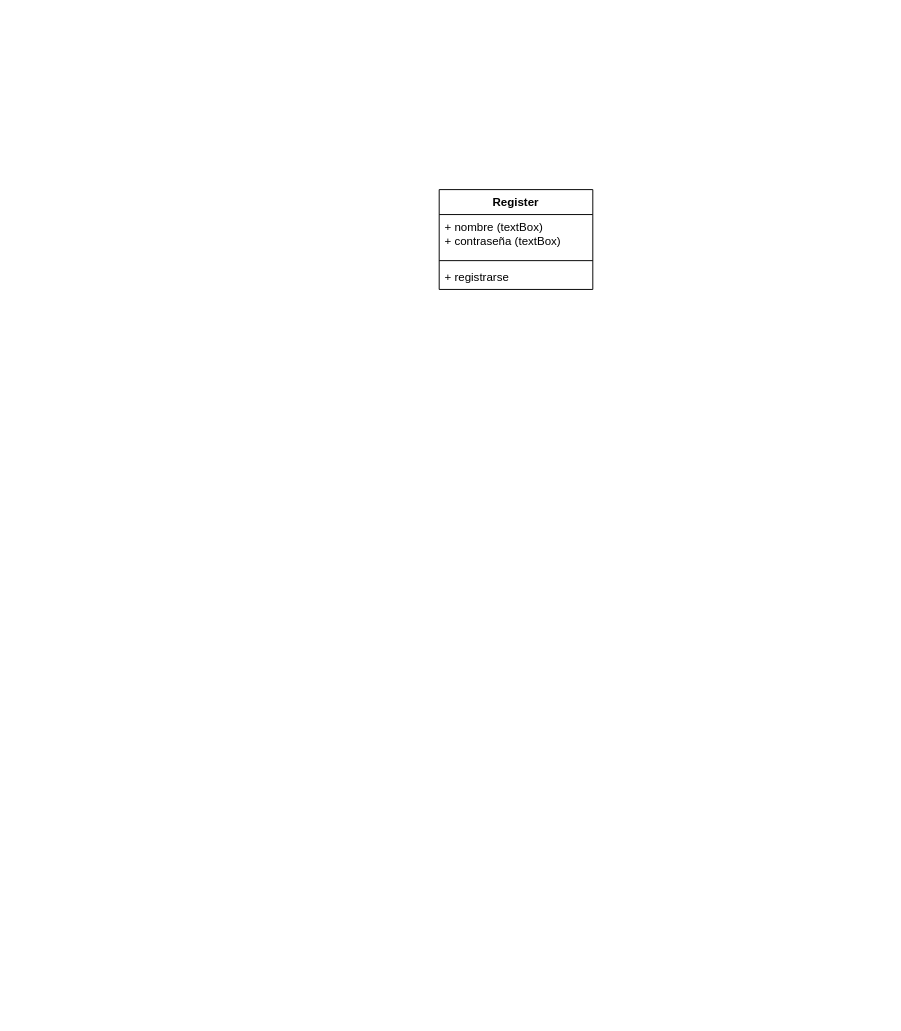
Earlier version of the draw.io diagram Diagrama/GestorDeContenido.drawio (Angel-L-G/Angel_DAD). Source tidied: cells renumbered, new cells numbered last; positions are measured from the earlier drawing's top-left corner, leaving out a move shared by most shapes. Both pictures are drawn from the tidied source at 96%, with x=0, y=0 at pixel (439, 189).
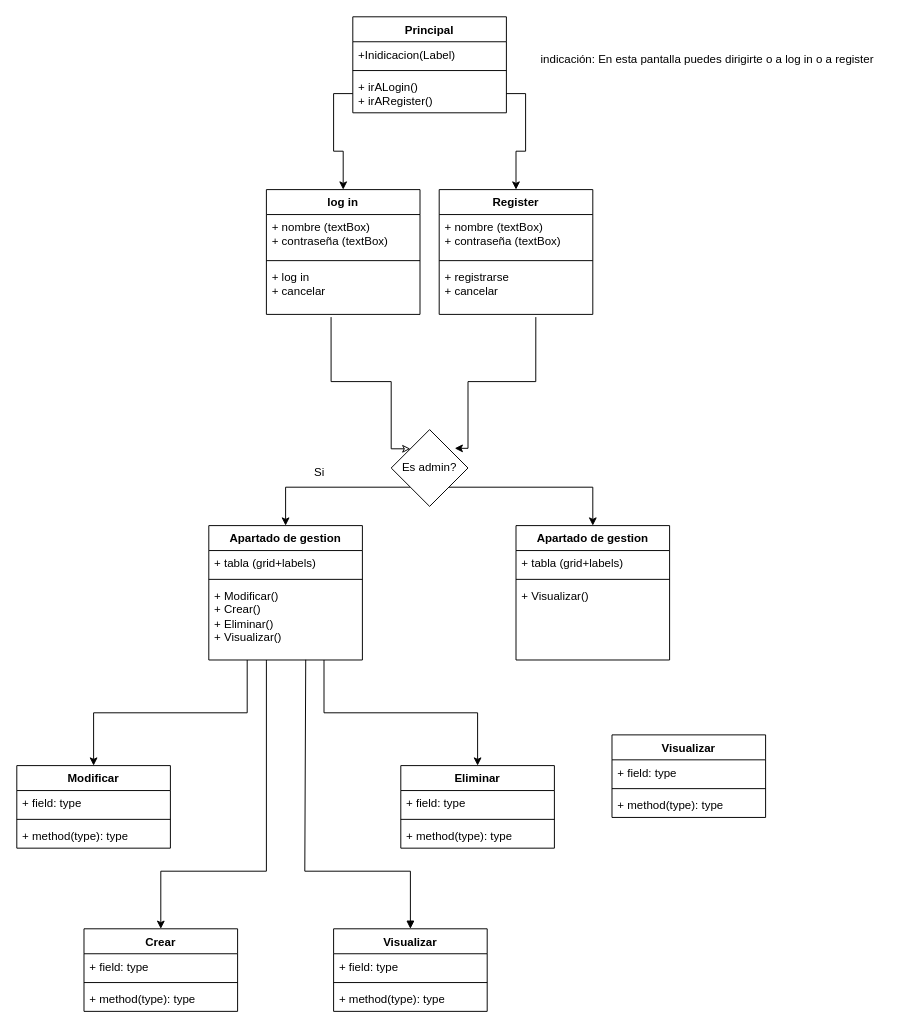
The same diagram, later.

The edit, as a diff of the source:
```diff
@@
     <mxCell id="2" value="Register" style="swimlane;fontStyle=1;align=center;verticalAlign=top;horizontal=1;startSize=26;whiteSpace=wrap;html=1;" parent="1" vertex="1">
-      <mxGeometry width="160" height="104" as="geometry" />
+      <mxGeometry width="160" height="130" as="geometry" />
     </mxCell>
@@
-    <mxCell id="5" value="+ registrarse" style="text;strokeColor=none;fillColor=none;align=left;verticalAlign=top;spacingLeft=4;spacingRight=4;overflow=hidden;points=[[0,0.5],[1,0.5]];portConstraint=eastwest;whiteSpace=wrap;html=1;" parent="2" vertex="1">
-      <mxGeometry y="78" width="160" height="26" as="geometry" />
+    <mxCell id="5" value="&lt;div&gt;+ registrarse&lt;/div&gt;&lt;div&gt;+ cancelar&lt;br&gt;&lt;/div&gt;" style="text;strokeColor=none;fillColor=none;align=left;verticalAlign=top;spacingLeft=4;spacingRight=4;overflow=hidden;points=[[0,0.5],[1,0.5]];portConstraint=eastwest;whiteSpace=wrap;html=1;" parent="2" vertex="1">
+      <mxGeometry y="78" width="160" height="52" as="geometry" />
     </mxCell>
+    <mxCell id="6" value="log in" style="swimlane;fontStyle=1;align=center;verticalAlign=top;horizontal=1;startSize=26;whiteSpace=wrap;html=1;" parent="1" vertex="1">
+      <mxGeometry x="-180" width="160" height="130" as="geometry" />
+    </mxCell>
+    <mxCell id="7" value="&lt;div&gt;+ nombre (textBox)&lt;br&gt;&lt;/div&gt;&lt;div&gt;+ contraseña (textBox)&lt;br&gt;&lt;/div&gt;" style="text;strokeColor=none;fillColor=none;align=left;verticalAlign=top;spacingLeft=4;spacingRight=4;overflow=hidden;whiteSpace=wrap;html=1;" parent="6" vertex="1">
+      <mxGeometry y="26" width="160" height="44" as="geometry" />
+    </mxCell>
+    <mxCell id="8" style="line;strokeWidth=1;fillColor=none;align=left;verticalAlign=middle;spacingTop=-1;spacingLeft=3;spacingRight=3;labelPosition=right;strokeColor=inherit;" parent="6" vertex="1">
+      <mxGeometry y="70" width="160" height="8" as="geometry" />
+    </mxCell>
+    <mxCell id="9" value="&lt;div&gt;+ log in&lt;/div&gt;&lt;div&gt;+ cancelar&lt;br&gt;&lt;/div&gt;" style="text;strokeColor=none;fillColor=none;align=left;verticalAlign=top;spacingLeft=4;spacingRight=4;overflow=hidden;points=[[0,0.5],[1,0.5]];portConstraint=eastwest;whiteSpace=wrap;html=1;" parent="6" vertex="1">
+      <mxGeometry y="78" width="160" height="52" as="geometry" />
+    </mxCell>
+    <mxCell id="10" value="Principal" style="swimlane;fontStyle=1;align=center;verticalAlign=top;horizontal=1;startSize=26;whiteSpace=wrap;html=1;" parent="1" vertex="1">
+      <mxGeometry x="-90" y="-180" width="160" height="100" as="geometry" />
+    </mxCell>
+    <mxCell id="11" value="+Inidicacion(Label)" style="text;strokeColor=none;fillColor=none;align=left;verticalAlign=top;spacingLeft=4;spacingRight=4;overflow=hidden;whiteSpace=wrap;html=1;" parent="10" vertex="1">
+      <mxGeometry y="26" width="160" height="26" as="geometry" />
+    </mxCell>
+    <mxCell id="12" style="line;strokeWidth=1;fillColor=none;align=left;verticalAlign=middle;spacingTop=-1;spacingLeft=3;spacingRight=3;labelPosition=right;strokeColor=inherit;" parent="10" vertex="1">
+      <mxGeometry y="52" width="160" height="8" as="geometry" />
+    </mxCell>
+    <mxCell id="13" value="&lt;div&gt;+ irALogin()&lt;/div&gt;&lt;div&gt;+ irARegister()&lt;br&gt;&lt;/div&gt;" style="text;strokeColor=none;fillColor=none;align=left;verticalAlign=top;spacingLeft=4;spacingRight=4;overflow=hidden;points=[[0,0.5],[1,0.5]];portConstraint=eastwest;whiteSpace=wrap;html=1;" parent="10" vertex="1">
+      <mxGeometry y="60" width="160" height="40" as="geometry" />
+    </mxCell>
+    <mxCell id="14" value="indicación: En esta pantalla puedes dirigirte o a log in o a register" style="text;html=1;align=center;verticalAlign=middle;strokeColor=none;fillColor=none;" parent="1" vertex="1">
+      <mxGeometry x="94" y="-150" width="370" height="30" as="geometry" />
+    </mxCell>
+    <mxCell id="15" style="edgeStyle=orthogonalEdgeStyle;rounded=0;jettySize=auto;html=1;exitX=0;exitY=0.5;exitDx=0;exitDy=0;entryX=0.5;entryY=0;entryDx=0;entryDy=0;" parent="1" edge="1" source="13" target="6">
+      <mxGeometry relative="1" as="geometry" />
+    </mxCell>
+    <mxCell id="16" style="edgeStyle=orthogonalEdgeStyle;rounded=0;jettySize=auto;html=1;exitX=1;exitY=0.5;exitDx=0;exitDy=0;entryX=0.5;entryY=0;entryDx=0;entryDy=0;" parent="1" edge="1" source="13" target="2">
+      <mxGeometry relative="1" as="geometry" />
+    </mxCell>
+    <mxCell id="17" style="edgeStyle=orthogonalEdgeStyle;rounded=0;jettySize=auto;html=1;entryX=0.5;entryY=0;entryDx=0;entryDy=0;" parent="1" edge="1" target="38">
+      <mxGeometry relative="1" as="geometry">
+        <mxPoint x="-180" y="490" as="sourcePoint" />
+        <Array as="points">
+          <mxPoint x="-180" y="492" />
+          <mxPoint x="-180" y="710" />
+          <mxPoint x="-270" y="710" />
+        </Array>
+      </mxGeometry>
+    </mxCell>
+    <mxCell id="18" style="edgeStyle=orthogonalEdgeStyle;rounded=0;jettySize=auto;html=1;exitX=0.75;exitY=1;exitDx=0;exitDy=0;entryX=0.5;entryY=0;entryDx=0;entryDy=0;" parent="1" edge="1" source="20" target="30">
+      <mxGeometry relative="1" as="geometry" />
+    </mxCell>
+    <mxCell id="19" style="edgeStyle=orthogonalEdgeStyle;rounded=0;jettySize=auto;html=1;exitX=0.25;exitY=1;exitDx=0;exitDy=0;entryX=0.5;entryY=0;entryDx=0;entryDy=0;" parent="1" edge="1" source="20" target="26">
+      <mxGeometry relative="1" as="geometry" />
+    </mxCell>
+    <mxCell id="20" value="Apartado de gestion" style="swimlane;fontStyle=1;align=center;verticalAlign=top;horizontal=1;startSize=26;whiteSpace=wrap;html=1;" parent="1" vertex="1">
+      <mxGeometry x="-240" y="350" width="160" height="140" as="geometry" />
+    </mxCell>
+    <mxCell id="21" value="+ tabla (grid+labels)" style="text;strokeColor=none;fillColor=none;align=left;verticalAlign=top;spacingLeft=4;spacingRight=4;overflow=hidden;whiteSpace=wrap;html=1;" parent="20" vertex="1">
+      <mxGeometry y="26" width="160" height="26" as="geometry" />
+    </mxCell>
+    <mxCell id="22" style="line;strokeWidth=1;fillColor=none;align=left;verticalAlign=middle;spacingTop=-1;spacingLeft=3;spacingRight=3;labelPosition=right;strokeColor=inherit;" parent="20" vertex="1">
+      <mxGeometry y="52" width="160" height="8" as="geometry" />
+    </mxCell>
+    <mxCell id="23" value="&lt;div&gt;+ Modificar()&lt;/div&gt;&lt;div&gt;+ Crear()&lt;/div&gt;&lt;div&gt;+ Eliminar()&lt;/div&gt;&lt;div&gt;+ Visualizar()&lt;br&gt;&lt;/div&gt;" style="text;strokeColor=none;fillColor=none;align=left;verticalAlign=top;spacingLeft=4;spacingRight=4;overflow=hidden;points=[[0,0.5],[1,0.5]];portConstraint=eastwest;whiteSpace=wrap;html=1;" parent="20" vertex="1">
+      <mxGeometry y="60" width="160" height="80" as="geometry" />
+    </mxCell>
+    <mxCell id="24" style="edgeStyle=orthogonalEdgeStyle;rounded=0;jettySize=auto;html=1;entryX=0.629;entryY=1.054;entryDx=0;entryDy=0;entryPerimeter=0;startArrow=classic;startFill=1;endArrow=none;endFill=0;exitX=0.827;exitY=0.244;exitDx=0;exitDy=0;exitPerimeter=0;" parent="1" edge="1" source="44" target="5">
+      <mxGeometry relative="1" as="geometry">
+        <Array as="points">
+          <mxPoint x="30" y="270" />
+          <mxPoint x="30" y="200" />
+          <mxPoint x="101" y="200" />
+        </Array>
+      </mxGeometry>
+    </mxCell>
+    <mxCell id="25" style="edgeStyle=orthogonalEdgeStyle;rounded=0;jettySize=auto;html=1;entryX=0.421;entryY=1.054;entryDx=0;entryDy=0;entryPerimeter=0;startArrow=classic;startFill=0;endArrow=none;endFill=0;exitX=0;exitY=0;exitDx=0;exitDy=0;" parent="1" edge="1" source="44" target="9">
+      <mxGeometry relative="1" as="geometry">
+        <Array as="points">
+          <mxPoint x="-50" y="270" />
+          <mxPoint x="-50" y="200" />
+          <mxPoint x="-113" y="200" />
+        </Array>
+      </mxGeometry>
+    </mxCell>
+    <mxCell id="26" value="Modificar" style="swimlane;fontStyle=1;align=center;verticalAlign=top;horizontal=1;startSize=26;whiteSpace=wrap;html=1;" parent="1" vertex="1">
+      <mxGeometry x="-440" y="600" width="160" height="86" as="geometry" />
+    </mxCell>
+    <mxCell id="27" value="+ field: type" style="text;strokeColor=none;fillColor=none;align=left;verticalAlign=top;spacingLeft=4;spacingRight=4;overflow=hidden;whiteSpace=wrap;html=1;" parent="26" vertex="1">
+      <mxGeometry y="26" width="160" height="26" as="geometry" />
+    </mxCell>
+    <mxCell id="28" style="line;strokeWidth=1;fillColor=none;align=left;verticalAlign=middle;spacingTop=-1;spacingLeft=3;spacingRight=3;labelPosition=right;strokeColor=inherit;" parent="26" vertex="1">
+      <mxGeometry y="52" width="160" height="8" as="geometry" />
+    </mxCell>
+    <mxCell id="29" value="+ method(type): type" style="text;strokeColor=none;fillColor=none;align=left;verticalAlign=top;spacingLeft=4;spacingRight=4;overflow=hidden;whiteSpace=wrap;html=1;" parent="26" vertex="1">
+      <mxGeometry y="60" width="160" height="26" as="geometry" />
+    </mxCell>
+    <mxCell id="30" value="Eliminar" style="swimlane;fontStyle=1;align=center;verticalAlign=top;horizontal=1;startSize=26;whiteSpace=wrap;html=1;" parent="1" vertex="1">
+      <mxGeometry x="-40" y="600" width="160" height="86" as="geometry" />
+    </mxCell>
+    <mxCell id="31" value="+ field: type" style="text;strokeColor=none;fillColor=none;align=left;verticalAlign=top;spacingLeft=4;spacingRight=4;overflow=hidden;whiteSpace=wrap;html=1;" parent="30" vertex="1">
+      <mxGeometry y="26" width="160" height="26" as="geometry" />
+    </mxCell>
+    <mxCell id="32" style="line;strokeWidth=1;fillColor=none;align=left;verticalAlign=middle;spacingTop=-1;spacingLeft=3;spacingRight=3;labelPosition=right;strokeColor=inherit;" parent="30" vertex="1">
+      <mxGeometry y="52" width="160" height="8" as="geometry" />
+    </mxCell>
+    <mxCell id="33" value="+ method(type): type" style="text;strokeColor=none;fillColor=none;align=left;verticalAlign=top;spacingLeft=4;spacingRight=4;overflow=hidden;whiteSpace=wrap;html=1;" parent="30" vertex="1">
+      <mxGeometry y="60" width="160" height="26" as="geometry" />
+    </mxCell>
+    <mxCell id="34" value="Visualizar" style="swimlane;fontStyle=1;align=center;verticalAlign=top;horizontal=1;startSize=26;whiteSpace=wrap;html=1;" parent="1" vertex="1">
+      <mxGeometry x="180" y="568" width="160" height="86" as="geometry" />
+    </mxCell>
+    <mxCell id="35" value="+ field: type" style="text;strokeColor=none;fillColor=none;align=left;verticalAlign=top;spacingLeft=4;spacingRight=4;overflow=hidden;whiteSpace=wrap;html=1;" parent="34" vertex="1">
+      <mxGeometry y="26" width="160" height="26" as="geometry" />
+    </mxCell>
+    <mxCell id="36" style="line;strokeWidth=1;fillColor=none;align=left;verticalAlign=middle;spacingTop=-1;spacingLeft=3;spacingRight=3;labelPosition=right;strokeColor=inherit;" parent="34" vertex="1">
+      <mxGeometry y="52" width="160" height="8" as="geometry" />
+    </mxCell>
+    <mxCell id="37" value="+ method(type): type" style="text;strokeColor=none;fillColor=none;align=left;verticalAlign=top;spacingLeft=4;spacingRight=4;overflow=hidden;whiteSpace=wrap;html=1;" parent="34" vertex="1">
+      <mxGeometry y="60" width="160" height="26" as="geometry" />
+    </mxCell>
+    <mxCell id="38" value="Crear" style="swimlane;fontStyle=1;align=center;verticalAlign=top;horizontal=1;startSize=26;whiteSpace=wrap;html=1;" parent="1" vertex="1">
+      <mxGeometry x="-370" y="770" width="160" height="86" as="geometry" />
+    </mxCell>
+    <mxCell id="39" value="+ field: type" style="text;strokeColor=none;fillColor=none;align=left;verticalAlign=top;spacingLeft=4;spacingRight=4;overflow=hidden;whiteSpace=wrap;html=1;" parent="38" vertex="1">
+      <mxGeometry y="26" width="160" height="26" as="geometry" />
+    </mxCell>
+    <mxCell id="40" style="line;strokeWidth=1;fillColor=none;align=left;verticalAlign=middle;spacingTop=-1;spacingLeft=3;spacingRight=3;labelPosition=right;strokeColor=inherit;" parent="38" vertex="1">
+      <mxGeometry y="52" width="160" height="8" as="geometry" />
+    </mxCell>
+    <mxCell id="41" value="+ method(type): type" style="text;strokeColor=none;fillColor=none;align=left;verticalAlign=top;spacingLeft=4;spacingRight=4;overflow=hidden;whiteSpace=wrap;html=1;" parent="38" vertex="1">
+      <mxGeometry y="60" width="160" height="26" as="geometry" />
+    </mxCell>
+    <mxCell id="42" style="edgeStyle=orthogonalEdgeStyle;rounded=0;jettySize=auto;html=1;exitX=0;exitY=1;exitDx=0;exitDy=0;entryX=0.5;entryY=0;entryDx=0;entryDy=0;" parent="1" edge="1" source="44" target="20">
+      <mxGeometry relative="1" as="geometry" />
+    </mxCell>
+    <mxCell id="43" style="edgeStyle=orthogonalEdgeStyle;rounded=0;jettySize=auto;html=1;exitX=1;exitY=1;exitDx=0;exitDy=0;entryX=0.5;entryY=0;entryDx=0;entryDy=0;" parent="1" edge="1" source="44" target="46">
+      <mxGeometry relative="1" as="geometry" />
+    </mxCell>
+    <mxCell id="44" value="Es admin?" style="rhombus;whiteSpace=wrap;html=1;" parent="1" vertex="1">
+      <mxGeometry x="-50" y="250" width="80" height="80" as="geometry" />
+    </mxCell>
+    <mxCell id="45" value="Si" style="text;html=1;align=center;verticalAlign=middle;strokeColor=none;fillColor=none;" parent="1" vertex="1">
+      <mxGeometry x="-140" y="280" width="30" height="30" as="geometry" />
+    </mxCell>
+    <mxCell id="46" value="Apartado de gestion" style="swimlane;fontStyle=1;align=center;verticalAlign=top;horizontal=1;startSize=26;whiteSpace=wrap;html=1;" parent="1" vertex="1">
+      <mxGeometry x="80" y="350" width="160" height="140" as="geometry" />
+    </mxCell>
+    <mxCell id="47" value="+ tabla (grid+labels)" style="text;strokeColor=none;fillColor=none;align=left;verticalAlign=top;spacingLeft=4;spacingRight=4;overflow=hidden;whiteSpace=wrap;html=1;" parent="46" vertex="1">
+      <mxGeometry y="26" width="160" height="26" as="geometry" />
+    </mxCell>
+    <mxCell id="48" style="line;strokeWidth=1;fillColor=none;align=left;verticalAlign=middle;spacingTop=-1;spacingLeft=3;spacingRight=3;labelPosition=right;strokeColor=inherit;" parent="46" vertex="1">
+      <mxGeometry y="52" width="160" height="8" as="geometry" />
+    </mxCell>
+    <mxCell id="49" value="+ Visualizar()" style="text;strokeColor=none;fillColor=none;align=left;verticalAlign=top;spacingLeft=4;spacingRight=4;overflow=hidden;whiteSpace=wrap;html=1;" parent="46" vertex="1">
+      <mxGeometry y="60" width="160" height="80" as="geometry" />
+    </mxCell>
+    <mxCell id="50" value="Visualizar" style="swimlane;fontStyle=1;align=center;verticalAlign=top;horizontal=1;startSize=26;whiteSpace=wrap;html=1;" parent="1" vertex="1">
+      <mxGeometry x="-110" y="770" width="160" height="86" as="geometry" />
+    </mxCell>
+    <mxCell id="51" value="+ field: type" style="text;strokeColor=none;fillColor=none;align=left;verticalAlign=top;spacingLeft=4;spacingRight=4;overflow=hidden;whiteSpace=wrap;html=1;" parent="50" vertex="1">
+      <mxGeometry y="26" width="160" height="26" as="geometry" />
+    </mxCell>
+    <mxCell id="52" style="line;strokeWidth=1;fillColor=none;align=left;verticalAlign=middle;spacingTop=-1;spacingLeft=3;spacingRight=3;labelPosition=right;strokeColor=inherit;" parent="50" vertex="1">
+      <mxGeometry y="52" width="160" height="8" as="geometry" />
+    </mxCell>
+    <mxCell id="53" value="+ method(type): type" style="text;strokeColor=none;fillColor=none;align=left;verticalAlign=top;spacingLeft=4;spacingRight=4;overflow=hidden;whiteSpace=wrap;html=1;" parent="50" vertex="1">
+      <mxGeometry y="60" width="160" height="26" as="geometry" />
+    </mxCell>
+    <mxCell id="54" style="edgeStyle=orthogonalEdgeStyle;rounded=0;jettySize=auto;html=1;exitX=0.5;exitY=0;exitDx=0;exitDy=0;entryX=0.631;entryY=0.997;entryDx=0;entryDy=0;entryPerimeter=0;endArrow=none;endFill=0;startArrow=block;startFill=1;" parent="1" edge="1" source="50" target="23">
+      <mxGeometry relative="1" as="geometry">
+        <Array as="points">
+          <mxPoint x="-30" y="710" />
+          <mxPoint x="-140" y="710" />
+          <mxPoint x="-140" y="490" />
+        </Array>
+      </mxGeometry>
+    </mxCell>
```
